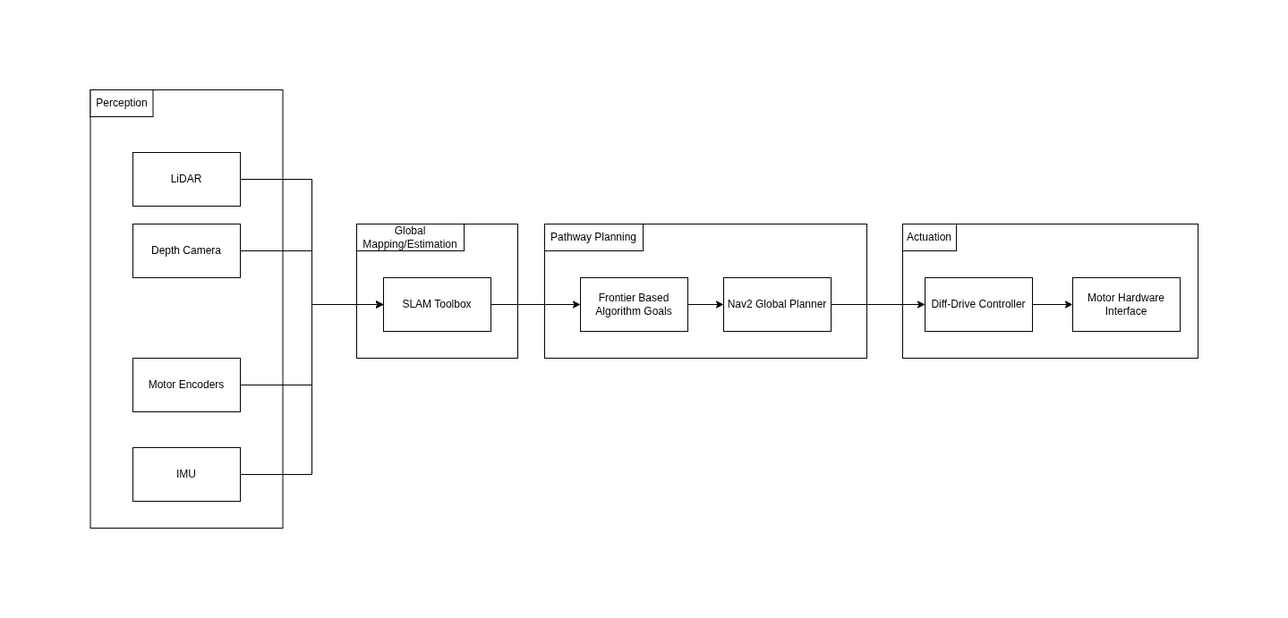
This is sphinx/source/_static/images/architecture.png from PriColon/mobile-robotics-frontier-exploration, a draw.io export, as it was before one commit. Source tidied: cells renumbered, new cells last; positions are measured from the earlier drawing's top-left corner, leaving out a move shared by most shapes.
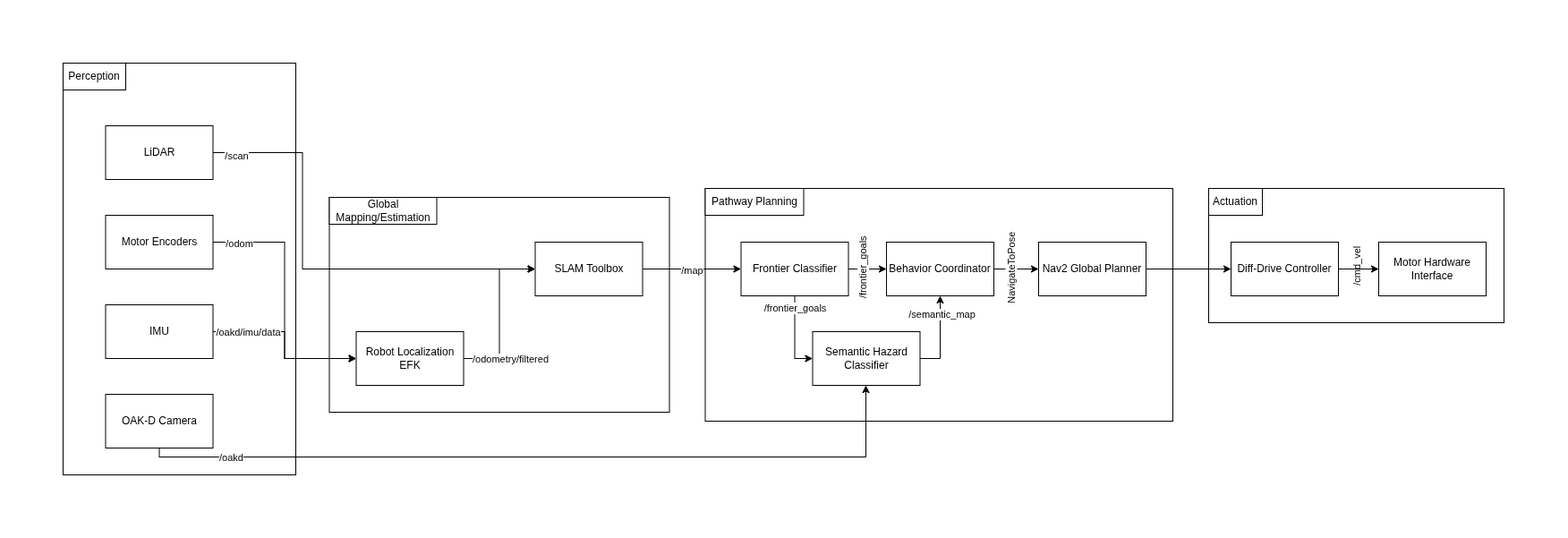
The same diagram one commit later.

The edit, as a diff of the source:
```diff
@@ -3,79 +3,162 @@
     <mxCell id="0" />
     <mxCell id="1" parent="0" />
     <mxCell id="2" style="whiteSpace=wrap;html=1;" parent="1" vertex="1">
-      <mxGeometry x="908" y="150" width="330" height="150" as="geometry" />
+      <mxGeometry x="1148" y="140" width="330" height="150" as="geometry" />
     </mxCell>
     <mxCell id="3" style="whiteSpace=wrap;html=1;" parent="1" vertex="1">
-      <mxGeometry x="508" y="150" width="360" height="150" as="geometry" />
+      <mxGeometry x="585.5" y="140" width="522.5" height="260" as="geometry" />
     </mxCell>
     <mxCell id="4" style="whiteSpace=wrap;html=1;" parent="1" vertex="1">
-      <mxGeometry x="298" y="150" width="180" height="150" as="geometry" />
+      <mxGeometry x="165.5" y="150" width="380" height="240" as="geometry" />
     </mxCell>
     <mxCell id="5" style="whiteSpace=wrap;html=1;" parent="1" vertex="1">
-      <mxGeometry x="0.5" width="215" height="490" as="geometry" />
+      <mxGeometry x="-132" width="260" height="460" as="geometry" />
     </mxCell>
     <mxCell id="6" style="edgeStyle=orthogonalEdgeStyle;rounded=0;jettySize=auto;html=1;entryX=0;entryY=0.5;entryDx=0;entryDy=0;" parent="1" edge="1" source="7" target="11">
-      <mxGeometry relative="1" as="geometry" />
+      <mxGeometry relative="1" as="geometry">
+        <Array as="points">
+          <mxPoint x="135.5" y="100" />
+          <mxPoint x="135.5" y="230" />
+        </Array>
+      </mxGeometry>
     </mxCell>
+    <mxCell id="27" value="/scan" style="edgeLabel;html=1;align=center;verticalAlign=middle;" parent="6" vertex="1">
+      <mxGeometry x="-0.89" y="-3" relative="1" as="geometry" />
+    </mxCell>
     <mxCell id="7" value="LiDAR" style="rounded=0;whiteSpace=wrap;html=1;" parent="1" vertex="1">
-      <mxGeometry x="48" y="70" width="120" height="60" as="geometry" />
+      <mxGeometry x="-84.5" y="70" width="120" height="60" as="geometry" />
     </mxCell>
-    <mxCell id="8" style="edgeStyle=orthogonalEdgeStyle;rounded=0;jettySize=auto;html=1;" parent="1" edge="1" source="9" target="11">
-      <mxGeometry relative="1" as="geometry" />
-    </mxCell>
+    <mxCell id="28" style="edgeStyle=orthogonalEdgeStyle;rounded=0;jettySize=auto;html=1;" parent="1" edge="1" source="9" target="45">
+      <mxGeometry relative="1" as="geometry">
+        <Array as="points">
+          <mxPoint x="-25" y="440" />
+          <mxPoint x="765" y="440" />
+        </Array>
+      </mxGeometry>
+    </mxCell>
+    <mxCell id="29" value="/oakd" style="edgeLabel;html=1;align=center;verticalAlign=middle;" parent="28" vertex="1">
+      <mxGeometry x="-0.8" relative="1" as="geometry" />
+    </mxCell>
-    <mxCell id="9" value="Depth Camera" style="whiteSpace=wrap;html=1;" parent="1" vertex="1">
-      <mxGeometry x="48" y="150" width="120" height="60" as="geometry" />
+    <mxCell id="9" value="OAK-D Camera" style="whiteSpace=wrap;html=1;" parent="1" vertex="1">
+      <mxGeometry x="-84.5" y="370" width="120" height="60" as="geometry" />
     </mxCell>
     <mxCell id="10" style="edgeStyle=orthogonalEdgeStyle;rounded=0;jettySize=auto;html=1;" parent="1" edge="1" source="11" target="19">
       <mxGeometry relative="1" as="geometry" />
     </mxCell>
+    <mxCell id="30" value="/map" style="edgeLabel;html=1;align=center;verticalAlign=middle;" parent="10" vertex="1">
+      <mxGeometry x="-0.01" y="-1" relative="1" as="geometry" />
+    </mxCell>
     <mxCell id="11" value="SLAM Toolbox" style="whiteSpace=wrap;html=1;" parent="1" vertex="1">
-      <mxGeometry x="328" y="210" width="120" height="60" as="geometry" />
+      <mxGeometry x="395.5" y="200" width="120" height="60" as="geometry" />
     </mxCell>
-    <mxCell id="12" style="edgeStyle=orthogonalEdgeStyle;rounded=0;jettySize=auto;html=1;entryX=0;entryY=0.5;entryDx=0;entryDy=0;" parent="1" edge="1" source="13" target="11">
-      <mxGeometry relative="1" as="geometry" />
-    </mxCell>
+    <mxCell id="31" style="edgeStyle=orthogonalEdgeStyle;rounded=0;jettySize=auto;html=1;" parent="1" edge="1" source="13" target="42">
+      <mxGeometry relative="1" as="geometry">
+        <Array as="points">
+          <mxPoint x="115.5" y="200" />
+          <mxPoint x="115.5" y="330" />
+        </Array>
+      </mxGeometry>
+    </mxCell>
+    <mxCell id="32" value="/odom" style="edgeLabel;html=1;align=center;verticalAlign=middle;" parent="31" vertex="1">
+      <mxGeometry x="-0.8" y="-1" relative="1" as="geometry" />
+    </mxCell>
     <mxCell id="13" value="Motor Encoders" style="whiteSpace=wrap;html=1;" parent="1" vertex="1">
-      <mxGeometry x="48" y="300" width="120" height="60" as="geometry" />
+      <mxGeometry x="-84.5" y="170" width="120" height="60" as="geometry" />
     </mxCell>
-    <mxCell id="14" style="edgeStyle=orthogonalEdgeStyle;rounded=0;jettySize=auto;html=1;entryX=0;entryY=0.5;entryDx=0;entryDy=0;" parent="1" edge="1" source="15" target="11">
-      <mxGeometry relative="1" as="geometry" />
-    </mxCell>
+    <mxCell id="33" style="edgeStyle=orthogonalEdgeStyle;rounded=0;jettySize=auto;html=1;entryX=0;entryY=0.5;entryDx=0;entryDy=0;" parent="1" edge="1" source="15" target="42">
+      <mxGeometry relative="1" as="geometry" />
+    </mxCell>
+    <mxCell id="34" value="/oakd/imu/data" style="edgeLabel;html=1;align=center;verticalAlign=middle;" parent="33" vertex="1">
+      <mxGeometry x="-0.74" y="1" relative="1" as="geometry">
+        <mxPoint x="14" y="1" as="offset" />
+      </mxGeometry>
+    </mxCell>
     <mxCell id="15" value="IMU" style="whiteSpace=wrap;html=1;" parent="1" vertex="1">
-      <mxGeometry x="48" y="400" width="120" height="60" as="geometry" />
+      <mxGeometry x="-84.5" y="270" width="120" height="60" as="geometry" />
     </mxCell>
     <mxCell id="16" style="edgeStyle=orthogonalEdgeStyle;rounded=0;jettySize=auto;html=1;" parent="1" edge="1" source="17" target="21">
       <mxGeometry relative="1" as="geometry" />
     </mxCell>
+    <mxCell id="35" value="/cmd_vel" style="edgeLabel;html=1;align=center;verticalAlign=middle;rotation=-90;" parent="16" vertex="1">
+      <mxGeometry x="-0.03" y="2" relative="1" as="geometry">
+        <mxPoint x="189" as="offset" />
+      </mxGeometry>
+    </mxCell>
     <mxCell id="17" value="Nav2 Global Planner" style="whiteSpace=wrap;html=1;" parent="1" vertex="1">
-      <mxGeometry x="708" y="210" width="120" height="60" as="geometry" />
+      <mxGeometry x="958" y="200" width="120" height="60" as="geometry" />
     </mxCell>
-    <mxCell id="18" style="edgeStyle=orthogonalEdgeStyle;rounded=0;jettySize=auto;html=1;" parent="1" edge="1" source="19" target="17">
-      <mxGeometry relative="1" as="geometry" />
-    </mxCell>
+    <mxCell id="36" style="edgeStyle=orthogonalEdgeStyle;rounded=0;jettySize=auto;html=1;entryX=0;entryY=0.5;entryDx=0;entryDy=0;" parent="1" edge="1" source="19" target="45">
+      <mxGeometry relative="1" as="geometry" />
+    </mxCell>
+    <mxCell id="37" value="/frontier_goals" style="edgeLabel;html=1;align=center;verticalAlign=middle;" parent="36" vertex="1">
+      <mxGeometry x="-0.7" relative="1" as="geometry" />
+    </mxCell>
+    <mxCell id="38" style="edgeStyle=orthogonalEdgeStyle;rounded=0;jettySize=auto;html=1;" parent="1" edge="1" source="19" target="48">
+      <mxGeometry relative="1" as="geometry" />
+    </mxCell>
+    <mxCell id="39" value="/frontier_goals" style="edgeLabel;html=1;align=center;verticalAlign=middle;rotation=-90;" parent="38" vertex="1">
+      <mxGeometry x="-0.23" y="1" relative="1" as="geometry" />
+    </mxCell>
-    <mxCell id="19" value="Frontier Based Algorithm Goals" style="whiteSpace=wrap;html=1;" parent="1" vertex="1">
-      <mxGeometry x="548" y="210" width="120" height="60" as="geometry" />
+    <mxCell id="19" value="Frontier Classifier" style="whiteSpace=wrap;html=1;" parent="1" vertex="1">
+      <mxGeometry x="625.5" y="200" width="120" height="60" as="geometry" />
     </mxCell>
     <mxCell id="20" style="edgeStyle=orthogonalEdgeStyle;rounded=0;jettySize=auto;html=1;" parent="1" edge="1" source="21" target="26">
       <mxGeometry relative="1" as="geometry" />
     </mxCell>
     <mxCell id="21" value="Diff-Drive Controller" style="whiteSpace=wrap;html=1;" parent="1" vertex="1">
-      <mxGeometry x="933" y="210" width="120" height="60" as="geometry" />
+      <mxGeometry x="1173" y="200" width="120" height="60" as="geometry" />
     </mxCell>
     <mxCell id="22" value="Perception" style="whiteSpace=wrap;html=1;" parent="1" vertex="1">
-      <mxGeometry x="0.5" width="70" height="30" as="geometry" />
+      <mxGeometry x="-132" width="70" height="30" as="geometry" />
     </mxCell>
     <mxCell id="23" value="Global Mapping/Estimation" style="whiteSpace=wrap;html=1;" parent="1" vertex="1">
-      <mxGeometry x="298" y="150" width="120" height="30" as="geometry" />
+      <mxGeometry x="165.5" y="150" width="120" height="30" as="geometry" />
     </mxCell>
     <mxCell id="24" value="Pathway Planning" style="whiteSpace=wrap;html=1;" parent="1" vertex="1">
-      <mxGeometry x="508" y="150" width="110" height="30" as="geometry" />
+      <mxGeometry x="585.5" y="140" width="110" height="30" as="geometry" />
     </mxCell>
     <mxCell id="25" value="Actuation" style="whiteSpace=wrap;html=1;" parent="1" vertex="1">
-      <mxGeometry x="908" y="150" width="60" height="30" as="geometry" />
+      <mxGeometry x="1148" y="140" width="60" height="30" as="geometry" />
     </mxCell>
     <mxCell id="26" value="Motor Hardware Interface" style="whiteSpace=wrap;html=1;" parent="1" vertex="1">
-      <mxGeometry x="1098" y="210" width="120" height="60" as="geometry" />
+      <mxGeometry x="1338" y="200" width="120" height="60" as="geometry" />
     </mxCell>
+    <mxCell id="40" style="edgeStyle=orthogonalEdgeStyle;rounded=0;jettySize=auto;html=1;entryX=0;entryY=0.5;entryDx=0;entryDy=0;" parent="1" edge="1" source="42" target="11">
+      <mxGeometry relative="1" as="geometry" />
+    </mxCell>
+    <mxCell id="41" value="/odometry/filtered" style="edgeLabel;html=1;align=center;verticalAlign=middle;" parent="40" vertex="1">
+      <mxGeometry x="-0.76" y="-2" relative="1" as="geometry">
+        <mxPoint x="31" y="-2" as="offset" />
+      </mxGeometry>
+    </mxCell>
+    <mxCell id="42" value="Robot Localization EFK" style="whiteSpace=wrap;html=1;" parent="1" vertex="1">
+      <mxGeometry x="195.5" y="300" width="120" height="60" as="geometry" />
+    </mxCell>
+    <mxCell id="43" style="edgeStyle=orthogonalEdgeStyle;rounded=0;jettySize=auto;html=1;" parent="1" edge="1" source="45" target="48">
+      <mxGeometry relative="1" as="geometry">
+        <Array as="points">
+          <mxPoint x="848" y="330" />
+        </Array>
+      </mxGeometry>
+    </mxCell>
+    <mxCell id="44" value="/semantic_map" style="edgeLabel;html=1;align=center;verticalAlign=middle;" parent="43" vertex="1">
+      <mxGeometry x="-0.09" y="-1" relative="1" as="geometry">
+        <mxPoint y="-30" as="offset" />
+      </mxGeometry>
+    </mxCell>
+    <mxCell id="45" value="Semantic Hazard Classifier" style="whiteSpace=wrap;html=1;" parent="1" vertex="1">
+      <mxGeometry x="705.5" y="300" width="120" height="60" as="geometry" />
+    </mxCell>
+    <mxCell id="46" style="edgeStyle=orthogonalEdgeStyle;rounded=0;jettySize=auto;html=1;" parent="1" edge="1" source="48" target="17">
+      <mxGeometry relative="1" as="geometry" />
+    </mxCell>
+    <mxCell id="47" value="NavigateToPose" style="edgeLabel;html=1;align=center;verticalAlign=middle;rotation=-90;" parent="46" vertex="1">
+      <mxGeometry x="-0.33" y="-1" relative="1" as="geometry">
+        <mxPoint x="3" y="-1" as="offset" />
+      </mxGeometry>
+    </mxCell>
+    <mxCell id="48" value="Behavior Coordinator" style="whiteSpace=wrap;html=1;" parent="1" vertex="1">
+      <mxGeometry x="788" y="200" width="120" height="60" as="geometry" />
+    </mxCell>
   </root>
 </mxGraphModel>
```
